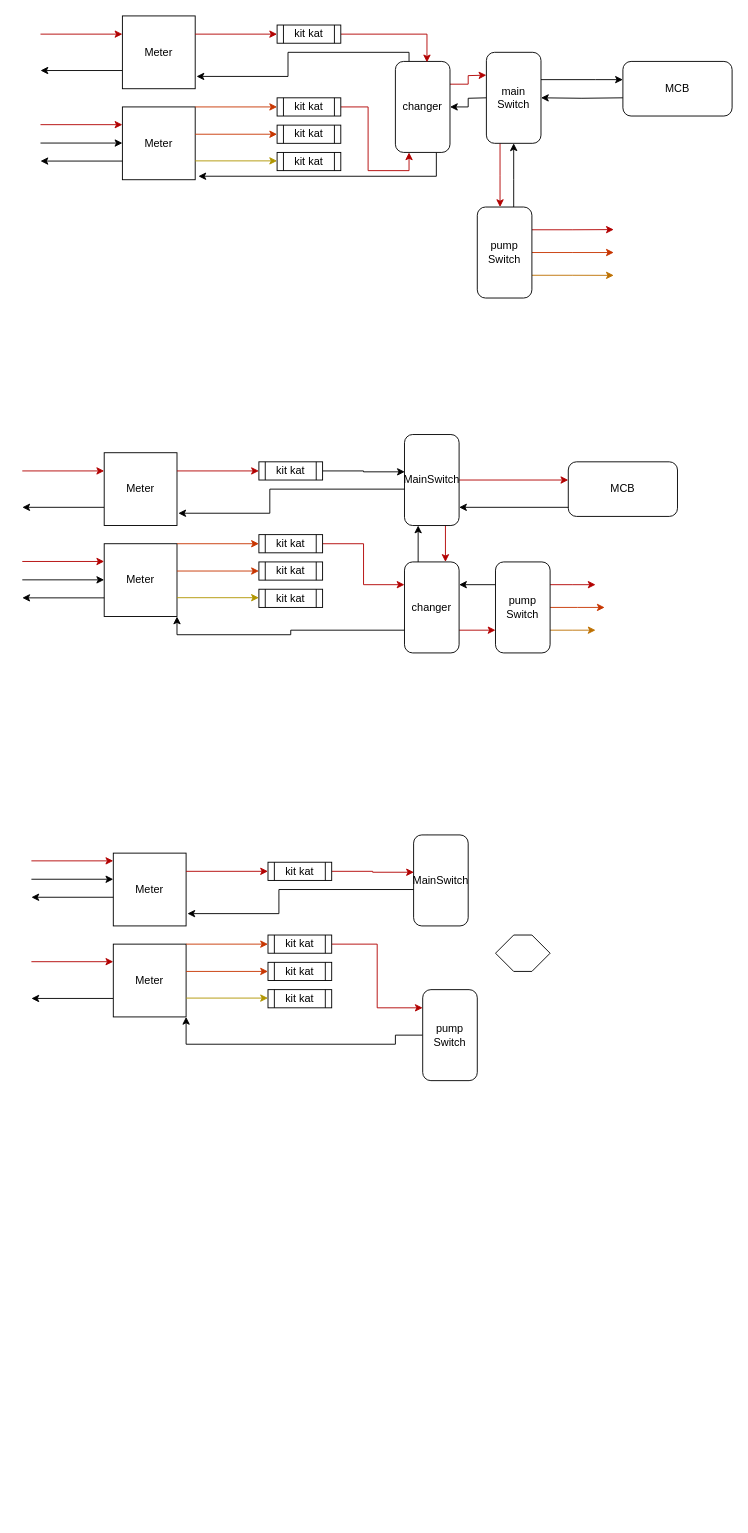
The draw.io diagram assets/circuit.drawio in ShashwatRanjan/my_home, before the edit. Source tidied: cells renumbered, new cells numbered last; positions are measured from the earlier drawing's top-left corner, leaving out a move shared by most shapes. Both pictures are drawn from the tidied source at 91%, with x=0, y=0 at pixel (22, 15).
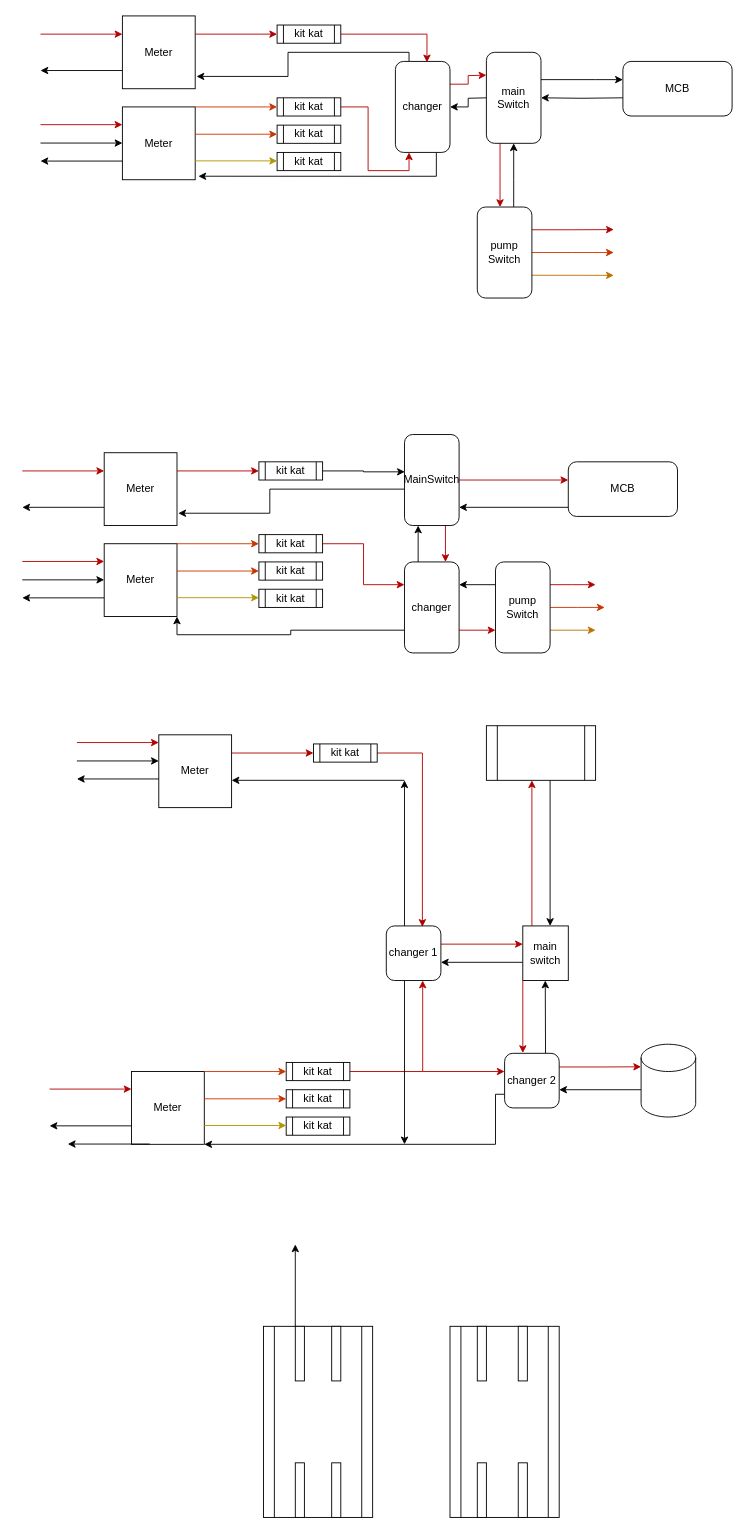
The same diagram, later.

The edit, as a diff of the source:
```diff
@@
     <mxCell id="66" style="endArrow=classic;html=1;fillColor=#e51400;strokeColor=#B20000;" parent="1" edge="1">
       <mxGeometry relative="1" as="geometry">
-        <mxPoint x="10" y="1039.3" as="sourcePoint" />
-        <mxPoint x="100" y="1039.3" as="targetPoint" />
+        <mxPoint x="30" y="1179.3" as="sourcePoint" />
+        <mxPoint x="120" y="1179.3" as="targetPoint" />
       </mxGeometry>
     </mxCell>
     <mxCell id="67" style="endArrow=classic;html=1;" parent="1" edge="1">
       <mxGeometry relative="1" as="geometry">
-        <mxPoint x="100" y="1079.7" as="sourcePoint" />
-        <mxPoint x="10" y="1079.7" as="targetPoint" />
+        <mxPoint x="120" y="1219.7" as="sourcePoint" />
+        <mxPoint x="30" y="1219.7" as="targetPoint" />
       </mxGeometry>
     </mxCell>
     <mxCell id="68" value="Meter" style="whiteSpace=wrap;html=1;" parent="1" vertex="1">
-      <mxGeometry x="100" y="1020" width="80" height="80" as="geometry" />
+      <mxGeometry x="120" y="1160" width="80" height="80" as="geometry" />
     </mxCell>
     <mxCell id="69" value="Meter" style="whiteSpace=wrap;html=1;" parent="1" vertex="1">
-      <mxGeometry x="100" y="920" width="80" height="80" as="geometry" />
+      <mxGeometry x="150" y="790" width="80" height="80" as="geometry" />
     </mxCell>
     <mxCell id="70" style="endArrow=classic;html=1;fillColor=#e51400;strokeColor=#B20000;" parent="1" edge="1">
       <mxGeometry relative="1" as="geometry">
-        <mxPoint x="10" y="928.5" as="sourcePoint" />
-        <mxPoint x="100" y="928.5" as="targetPoint" />
+        <mxPoint x="60" y="798.5" as="sourcePoint" />
+        <mxPoint x="150" y="798.5" as="targetPoint" />
       </mxGeometry>
     </mxCell>
     <mxCell id="71" style="endArrow=classic;html=1;" parent="1" edge="1">
       <mxGeometry relative="1" as="geometry">
-        <mxPoint x="100" y="968.5" as="sourcePoint" />
-        <mxPoint x="10" y="968.5" as="targetPoint" />
+        <mxPoint x="150" y="838.5" as="sourcePoint" />
+        <mxPoint x="60" y="838.5" as="targetPoint" />
       </mxGeometry>
     </mxCell>
     <mxCell id="72" style="endArrow=classic;html=1;fillColor=#e51400;strokeColor=#B20000;" parent="1" edge="1">
       <mxGeometry relative="1" as="geometry">
-        <mxPoint x="180" y="940" as="sourcePoint" />
-        <mxPoint x="270" y="940" as="targetPoint" />
+        <mxPoint x="230" y="810" as="sourcePoint" />
+        <mxPoint x="320" y="810" as="targetPoint" />
       </mxGeometry>
     </mxCell>
     <mxCell id="73" style="endArrow=classic;html=1;fillColor=#fa6800;strokeColor=#C73500;" parent="1" edge="1">
       <mxGeometry relative="1" as="geometry">
-        <mxPoint x="180" y="1050" as="sourcePoint" />
-        <mxPoint x="270" y="1050" as="targetPoint" />
+        <mxPoint x="200" y="1190" as="sourcePoint" />
+        <mxPoint x="290" y="1190" as="targetPoint" />
       </mxGeometry>
     </mxCell>
     <mxCell id="74" style="endArrow=classic;html=1;fillColor=#e3c800;strokeColor=#B09500;" parent="1" edge="1">
       <mxGeometry relative="1" as="geometry">
-        <mxPoint x="180" y="1079.3" as="sourcePoint" />
-        <mxPoint x="270" y="1079.3" as="targetPoint" />
+        <mxPoint x="200" y="1219.3" as="sourcePoint" />
+        <mxPoint x="290" y="1219.3" as="targetPoint" />
       </mxGeometry>
     </mxCell>
     <mxCell id="75" style="endArrow=classic;html=1;fillColor=#fa6800;strokeColor=#C73500;" parent="1" edge="1">
       <mxGeometry relative="1" as="geometry">
-        <mxPoint x="180" y="1020" as="sourcePoint" />
-        <mxPoint x="270" y="1020" as="targetPoint" />
+        <mxPoint x="200" y="1160" as="sourcePoint" />
+        <mxPoint x="290" y="1160" as="targetPoint" />
       </mxGeometry>
     </mxCell>
-    <mxCell id="76" style="edgeStyle=orthogonalEdgeStyle;rounded=0;jettySize=auto;html=1;exitX=0.25;exitY=0;exitDx=0;exitDy=0;entryX=1.018;entryY=0.831;entryDx=0;entryDy=0;entryPerimeter=0;" parent="1" edge="1" source="77" target="69">
-      <mxGeometry relative="1" as="geometry">
-        <Array as="points">
-          <mxPoint x="282" y="960" />
-          <mxPoint x="282" y="987" />
-        </Array>
-      </mxGeometry>
-    </mxCell>
-    <mxCell id="77" value="MainSwitch" style="rounded=1;whiteSpace=wrap;html=1;" parent="1" vertex="1">
-      <mxGeometry x="430" y="900" width="60" height="100" as="geometry" />
-    </mxCell>
     <mxCell id="78" style="endArrow=classic;html=1;" parent="1" edge="1">
       <mxGeometry relative="1" as="geometry">
-        <mxPoint x="10" y="948.7" as="sourcePoint" />
-        <mxPoint x="100" y="948.7" as="targetPoint" />
+        <mxPoint x="60" y="818.7" as="sourcePoint" />
+        <mxPoint x="150" y="818.7" as="targetPoint" />
       </mxGeometry>
     </mxCell>
-    <mxCell id="79" style="edgeStyle=orthogonalEdgeStyle;rounded=0;jettySize=auto;html=1;entryX=0;entryY=0.2;entryDx=0;entryDy=0;entryPerimeter=0;fillColor=#e51400;strokeColor=#B20000;" parent="1" edge="1" source="80" target="86">
-      <mxGeometry relative="1" as="geometry" />
-    </mxCell>
+    <mxCell id="88" style="edgeStyle=orthogonalEdgeStyle;rounded=0;jettySize=auto;html=1;fillColor=#e51400;strokeColor=#B20000;" parent="1" edge="1" source="80">
+      <mxGeometry relative="1" as="geometry">
+        <mxPoint x="440" y="1060" as="targetPoint" />
+        <Array as="points">
+          <mxPoint x="440" y="1160" />
+        </Array>
+      </mxGeometry>
+    </mxCell>
     <mxCell id="80" value="kit kat" style="shape=process;whiteSpace=wrap;html=1;backgroundOutline=1;" parent="1" vertex="1">
-      <mxGeometry x="270" y="1010" width="70" height="20" as="geometry" />
+      <mxGeometry x="290" y="1150" width="70" height="20" as="geometry" />
     </mxCell>
-    <mxCell id="81" style="edgeStyle=orthogonalEdgeStyle;rounded=0;jettySize=auto;html=1;entryX=0.006;entryY=0.41;entryDx=0;entryDy=0;entryPerimeter=0;fillColor=#e51400;strokeColor=#B20000;" parent="1" edge="1" source="82" target="77">
-      <mxGeometry relative="1" as="geometry" />
-    </mxCell>
+    <mxCell id="89" style="edgeStyle=orthogonalEdgeStyle;rounded=0;jettySize=auto;html=1;entryX=0.661;entryY=0.017;entryDx=0;entryDy=0;entryPerimeter=0;fillColor=#e51400;strokeColor=#B20000;" parent="1" edge="1" source="82" target="94">
+      <mxGeometry relative="1" as="geometry">
+        <Array as="points">
+          <mxPoint x="440" y="810" />
+        </Array>
+      </mxGeometry>
+    </mxCell>
     <mxCell id="82" value="kit kat" style="shape=process;whiteSpace=wrap;html=1;backgroundOutline=1;" parent="1" vertex="1">
-      <mxGeometry x="270" y="930" width="70" height="20" as="geometry" />
+      <mxGeometry x="320" y="800" width="70" height="20" as="geometry" />
     </mxCell>
     <mxCell id="83" value="kit kat" style="shape=process;whiteSpace=wrap;html=1;backgroundOutline=1;" parent="1" vertex="1">
-      <mxGeometry x="270" y="1070" width="70" height="20" as="geometry" />
+      <mxGeometry x="290" y="1210" width="70" height="20" as="geometry" />
     </mxCell>
     <mxCell id="84" value="kit kat" style="shape=process;whiteSpace=wrap;html=1;backgroundOutline=1;" parent="1" vertex="1">
-      <mxGeometry x="270" y="1040" width="70" height="20" as="geometry" />
+      <mxGeometry x="290" y="1180" width="70" height="20" as="geometry" />
     </mxCell>
-    <mxCell id="85" style="edgeStyle=orthogonalEdgeStyle;rounded=0;jettySize=auto;html=1;entryX=1;entryY=1;entryDx=0;entryDy=0;" parent="1" edge="1" source="86" target="68">
-      <mxGeometry relative="1" as="geometry">
-        <Array as="points">
-          <mxPoint x="410" y="1120" />
-          <mxPoint x="410" y="1130" />
-          <mxPoint x="180" y="1130" />
-        </Array>
-      </mxGeometry>
-    </mxCell>
-    <mxCell id="86" value="pump Switch" style="rounded=1;whiteSpace=wrap;html=1;" parent="1" vertex="1">
-      <mxGeometry x="440" y="1070" width="60" height="100" as="geometry" />
-    </mxCell>
-    <mxCell id="87" style="shape=hexagon;perimeter=hexagonPerimeter2;whiteSpace=wrap;html=1;fixedSize=1;" parent="1" vertex="1">
-      <mxGeometry x="520" y="1010" width="60" height="40" as="geometry" />
-    </mxCell>
+    <mxCell id="90" style="endArrow=classic;html=1;" parent="1" edge="1">
+      <mxGeometry relative="1" as="geometry">
+        <mxPoint x="420" y="840" as="sourcePoint" />
+        <mxPoint x="230" y="840" as="targetPoint" />
+      </mxGeometry>
+    </mxCell>
+    <mxCell id="91" style="endArrow=classic;html=1;fillColor=#e51400;strokeColor=#B20000;" parent="1" edge="1">
+      <mxGeometry relative="1" as="geometry">
+        <mxPoint x="460" y="1020" as="sourcePoint" />
+        <mxPoint x="550" y="1020" as="targetPoint" />
+      </mxGeometry>
+    </mxCell>
+    <mxCell id="92" style="endArrow=classic;html=1;fillColor=#e51400;strokeColor=#B20000;" parent="1" edge="1">
+      <mxGeometry relative="1" as="geometry">
+        <mxPoint x="440" y="1160" as="sourcePoint" />
+        <mxPoint x="530" y="1160" as="targetPoint" />
+      </mxGeometry>
+    </mxCell>
+    <mxCell id="93" style="endArrow=classic;html=1;" parent="1" edge="1">
+      <mxGeometry relative="1" as="geometry">
+        <mxPoint x="420" y="1060" as="sourcePoint" />
+        <mxPoint x="420" y="1240" as="targetPoint" />
+      </mxGeometry>
+    </mxCell>
+    <mxCell id="94" value="changer 1" style="rounded=1;whiteSpace=wrap;html=1;" parent="1" vertex="1">
+      <mxGeometry x="400" y="1000" width="60" height="60" as="geometry" />
+    </mxCell>
+    <mxCell id="95" style="endArrow=classic;html=1;" parent="1" edge="1">
+      <mxGeometry relative="1" as="geometry">
+        <mxPoint x="420" y="1000" as="sourcePoint" />
+        <mxPoint x="420" y="840" as="targetPoint" />
+      </mxGeometry>
+    </mxCell>
+    <mxCell id="96" style="endArrow=classic;html=1;" parent="1" edge="1">
+      <mxGeometry relative="1" as="geometry">
+        <mxPoint x="550" y="1040" as="sourcePoint" />
+        <mxPoint x="460" y="1040" as="targetPoint" />
+      </mxGeometry>
+    </mxCell>
+    <mxCell id="97" value="main switch" style="rounded=0;whiteSpace=wrap;html=1;" parent="1" vertex="1">
+      <mxGeometry x="550" y="1000" width="50" height="60" as="geometry" />
+    </mxCell>
+    <mxCell id="98" style="endArrow=classic;html=1;fillColor=#e51400;strokeColor=#B20000;" parent="1" edge="1">
+      <mxGeometry relative="1" as="geometry">
+        <mxPoint x="560" y="1000" as="sourcePoint" />
+        <mxPoint x="560" y="840" as="targetPoint" />
+      </mxGeometry>
+    </mxCell>
+    <mxCell id="99" style="endArrow=classic;html=1;" parent="1" edge="1">
+      <mxGeometry relative="1" as="geometry">
+        <mxPoint x="580" y="840" as="sourcePoint" />
+        <mxPoint x="580" y="1000" as="targetPoint" />
+      </mxGeometry>
+    </mxCell>
+    <mxCell id="100" style="shape=process;whiteSpace=wrap;html=1;backgroundOutline=1;" parent="1" vertex="1">
+      <mxGeometry x="510" y="780" width="120" height="60" as="geometry" />
+    </mxCell>
+    <mxCell id="101" style="edgeStyle=orthogonalEdgeStyle;rounded=0;jettySize=auto;html=1;exitX=0;exitY=0.75;exitDx=0;exitDy=0;" parent="1" edge="1" source="103">
+      <mxGeometry relative="1" as="geometry">
+        <mxPoint x="200" y="1240" as="targetPoint" />
+        <Array as="points">
+          <mxPoint x="520" y="1185" />
+          <mxPoint x="520" y="1240" />
+        </Array>
+      </mxGeometry>
+    </mxCell>
+    <mxCell id="102" style="edgeStyle=orthogonalEdgeStyle;rounded=0;jettySize=auto;html=1;exitX=1;exitY=0.25;exitDx=0;exitDy=0;fillColor=#e51400;strokeColor=#B20000;" parent="1" edge="1" source="103">
+      <mxGeometry relative="1" as="geometry">
+        <mxPoint x="680" y="1154.8" as="targetPoint" />
+      </mxGeometry>
+    </mxCell>
+    <mxCell id="103" value="changer 2" style="rounded=1;whiteSpace=wrap;html=1;" parent="1" vertex="1">
+      <mxGeometry x="530" y="1140" width="60" height="60" as="geometry" />
+    </mxCell>
+    <mxCell id="104" style="endArrow=classic;html=1;fillColor=#e51400;strokeColor=#B20000;exitX=0.334;exitY=-0.006;exitDx=0;exitDy=0;exitPerimeter=0;entryX=0.334;entryY=-0.006;entryDx=0;entryDy=0;entryPerimeter=0;" parent="1" edge="1" target="103">
+      <mxGeometry relative="1" as="geometry">
+        <mxPoint x="550" y="1060" as="sourcePoint" />
+      </mxGeometry>
+    </mxCell>
+    <mxCell id="105" style="endArrow=classic;html=1;" parent="1" edge="1">
+      <mxGeometry relative="1" as="geometry">
+        <mxPoint x="575" y="1140" as="sourcePoint" />
+        <mxPoint x="574.7" y="1060" as="targetPoint" />
+      </mxGeometry>
+    </mxCell>
+    <mxCell id="106" style="endArrow=classic;html=1;" parent="1" edge="1">
+      <mxGeometry relative="1" as="geometry">
+        <mxPoint x="680" y="1180" as="sourcePoint" />
+        <mxPoint x="590" y="1180" as="targetPoint" />
+      </mxGeometry>
+    </mxCell>
+    <mxCell id="107" style="shape=cylinder3;whiteSpace=wrap;html=1;boundedLbl=1;backgroundOutline=1;size=15;" parent="1" vertex="1">
+      <mxGeometry x="680" y="1130" width="60" height="80" as="geometry" />
+    </mxCell>
+    <mxCell id="108" style="shape=process;whiteSpace=wrap;html=1;backgroundOutline=1;" parent="1" vertex="1">
+      <mxGeometry x="265" y="1440" width="120" height="210" as="geometry" />
+    </mxCell>
+    <mxCell id="109" style="endArrow=classic;html=1;" parent="1" edge="1">
+      <mxGeometry relative="1" as="geometry">
+        <mxPoint x="140" y="1239.7" as="sourcePoint" />
+        <mxPoint x="50" y="1239.7" as="targetPoint" />
+      </mxGeometry>
+    </mxCell>
+    <mxCell id="110" style="shape=process;whiteSpace=wrap;html=1;backgroundOutline=1;" parent="1" vertex="1">
+      <mxGeometry x="470" y="1440" width="120" height="210" as="geometry" />
+    </mxCell>
+    <mxCell id="111" style="rounded=0;whiteSpace=wrap;html=1;" parent="1" vertex="1">
+      <mxGeometry x="300" y="1440" width="10" height="60" as="geometry" />
+    </mxCell>
+    <mxCell id="112" style="rounded=0;whiteSpace=wrap;html=1;" parent="1" vertex="1">
+      <mxGeometry x="340" y="1440" width="10" height="60" as="geometry" />
+    </mxCell>
+    <mxCell id="113" style="rounded=0;whiteSpace=wrap;html=1;" parent="1" vertex="1">
+      <mxGeometry x="500" y="1440" width="10" height="60" as="geometry" />
+    </mxCell>
+    <mxCell id="114" style="rounded=0;whiteSpace=wrap;html=1;" parent="1" vertex="1">
+      <mxGeometry x="545" y="1440" width="10" height="60" as="geometry" />
+    </mxCell>
+    <mxCell id="115" style="rounded=0;whiteSpace=wrap;html=1;" parent="1" vertex="1">
+      <mxGeometry x="300" y="1590" width="10" height="60" as="geometry" />
+    </mxCell>
+    <mxCell id="116" style="rounded=0;whiteSpace=wrap;html=1;" parent="1" vertex="1">
+      <mxGeometry x="340" y="1590" width="10" height="60" as="geometry" />
+    </mxCell>
+    <mxCell id="117" style="rounded=0;whiteSpace=wrap;html=1;" parent="1" vertex="1">
+      <mxGeometry x="500" y="1590" width="10" height="60" as="geometry" />
+    </mxCell>
+    <mxCell id="118" style="rounded=0;whiteSpace=wrap;html=1;" parent="1" vertex="1">
+      <mxGeometry x="545" y="1590" width="10" height="60" as="geometry" />
+    </mxCell>
+    <mxCell id="119" style="endArrow=classic;html=1;" parent="1" edge="1">
+      <mxGeometry relative="1" as="geometry">
+        <mxPoint x="300" y="1440" as="sourcePoint" />
+        <mxPoint x="300" y="1350" as="targetPoint" />
+      </mxGeometry>
+    </mxCell>
```
